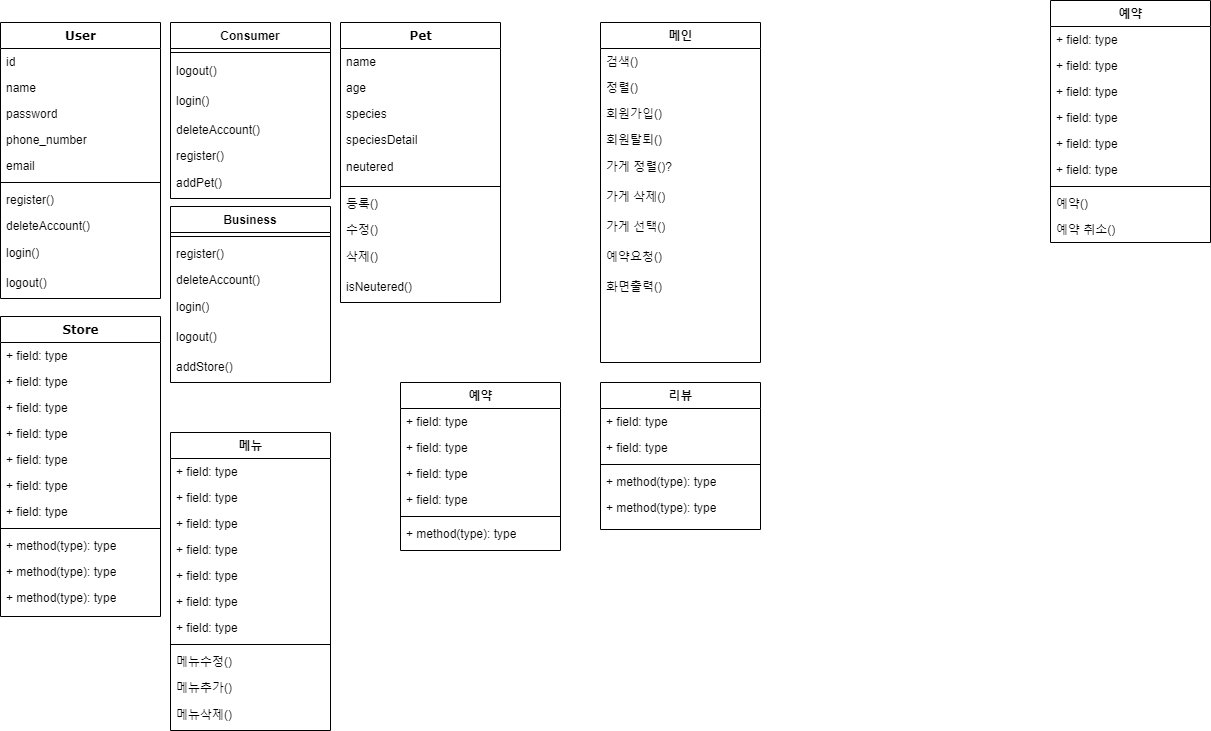
Earlier version of the draw.io export walkwith_class.drawio.png (dkwkckzk/data_test). Source tidied: cells renumbered, new cells last; positions are measured from the earlier drawing's top-left corner, leaving out a move shared by most shapes.
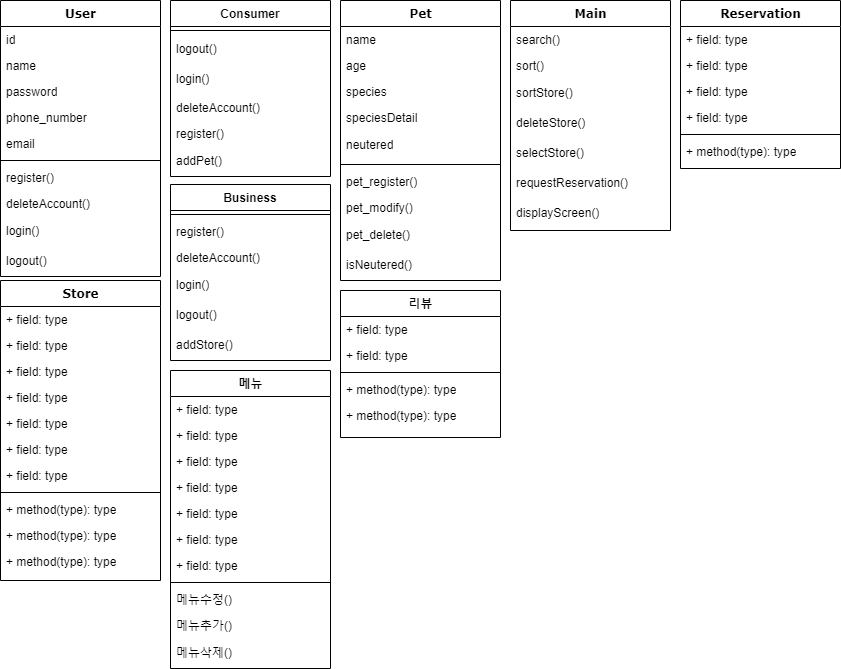
The same file after the commit.

Diff of the diagram source:
```diff
@@ -35,36 +35,6 @@
     <mxCell id="12" value="logout()" style="text;strokeColor=none;fillColor=none;align=left;verticalAlign=middle;spacingLeft=4;spacingRight=4;overflow=hidden;whiteSpace=wrap;html=1;" parent="2" vertex="1">
       <mxGeometry y="246" width="160" height="30" as="geometry" />
     </mxCell>
-    <mxCell id="13" value="예약" style="swimlane;html=1;fontStyle=1;align=center;verticalAlign=top;horizontal=1;startSize=26;swimlaneFillColor=#ffffff;rounded=0;shadow=0;comic=0;labelBackgroundColor=none;strokeWidth=1;fillColor=none;fontFamily=Verdana;fontSize=12;" parent="1" vertex="1">
-      <mxGeometry x="1050" width="160" height="242" as="geometry" />
-    </mxCell>
-    <mxCell id="14" value="+ field: type" style="text;html=1;strokeColor=none;fillColor=none;align=left;verticalAlign=top;spacingLeft=4;spacingRight=4;whiteSpace=wrap;overflow=hidden;" parent="13" vertex="1">
-      <mxGeometry y="26" width="160" height="26" as="geometry" />
-    </mxCell>
-    <mxCell id="15" value="+ field: type" style="text;html=1;strokeColor=none;fillColor=none;align=left;verticalAlign=top;spacingLeft=4;spacingRight=4;whiteSpace=wrap;overflow=hidden;" parent="13" vertex="1">
-      <mxGeometry y="52" width="160" height="26" as="geometry" />
-    </mxCell>
-    <mxCell id="16" value="+ field: type" style="text;html=1;strokeColor=none;fillColor=none;align=left;verticalAlign=top;spacingLeft=4;spacingRight=4;whiteSpace=wrap;overflow=hidden;" parent="13" vertex="1">
-      <mxGeometry y="78" width="160" height="26" as="geometry" />
-    </mxCell>
-    <mxCell id="17" value="+ field: type" style="text;html=1;strokeColor=none;fillColor=none;align=left;verticalAlign=top;spacingLeft=4;spacingRight=4;whiteSpace=wrap;overflow=hidden;" parent="13" vertex="1">
-      <mxGeometry y="104" width="160" height="26" as="geometry" />
-    </mxCell>
-    <mxCell id="18" value="+ field: type" style="text;html=1;strokeColor=none;fillColor=none;align=left;verticalAlign=top;spacingLeft=4;spacingRight=4;whiteSpace=wrap;overflow=hidden;" parent="13" vertex="1">
-      <mxGeometry y="130" width="160" height="26" as="geometry" />
-    </mxCell>
-    <mxCell id="19" value="+ field: type" style="text;html=1;strokeColor=none;fillColor=none;align=left;verticalAlign=top;spacingLeft=4;spacingRight=4;whiteSpace=wrap;overflow=hidden;" parent="13" vertex="1">
-      <mxGeometry y="156" width="160" height="26" as="geometry" />
-    </mxCell>
-    <mxCell id="20" style="line;html=1;strokeWidth=1;fillColor=none;align=left;verticalAlign=middle;spacingTop=-1;spacingLeft=3;spacingRight=3;labelPosition=right;" parent="13" vertex="1">
-      <mxGeometry y="182" width="160" height="8" as="geometry" />
-    </mxCell>
-    <mxCell id="21" value="예약()" style="text;html=1;strokeColor=none;fillColor=none;align=left;verticalAlign=top;spacingLeft=4;spacingRight=4;whiteSpace=wrap;overflow=hidden;" parent="13" vertex="1">
-      <mxGeometry y="190" width="160" height="26" as="geometry" />
-    </mxCell>
-    <mxCell id="22" value="예약 취소()" style="text;html=1;strokeColor=none;fillColor=none;align=left;verticalAlign=top;spacingLeft=4;spacingRight=4;whiteSpace=wrap;overflow=hidden;" parent="13" vertex="1">
-      <mxGeometry y="216" width="160" height="26" as="geometry" />
-    </mxCell>
     <mxCell id="23" value="Pet" style="swimlane;html=1;fontStyle=1;align=center;verticalAlign=top;horizontal=1;startSize=26;swimlaneFillColor=#ffffff;rounded=0;shadow=0;comic=0;labelBackgroundColor=none;strokeWidth=1;fillColor=none;fontFamily=Verdana;fontSize=12;" parent="1" vertex="1">
       <mxGeometry x="340" y="22" width="160" height="280" as="geometry" />
     </mxCell>
@@ -86,20 +56,20 @@
     <mxCell id="29" style="line;html=1;strokeWidth=1;fillColor=none;align=left;verticalAlign=middle;spacingTop=-1;spacingLeft=3;spacingRight=3;labelPosition=right;" parent="23" vertex="1">
       <mxGeometry y="160" width="160" height="8" as="geometry" />
     </mxCell>
-    <mxCell id="30" value="등록()" style="text;html=1;strokeColor=none;fillColor=none;align=left;verticalAlign=top;spacingLeft=4;spacingRight=4;whiteSpace=wrap;overflow=hidden;" parent="23" vertex="1">
+    <mxCell id="30" value="pet_register()" style="text;html=1;strokeColor=none;fillColor=none;align=left;verticalAlign=top;spacingLeft=4;spacingRight=4;whiteSpace=wrap;overflow=hidden;" parent="23" vertex="1">
       <mxGeometry y="168" width="160" height="26" as="geometry" />
     </mxCell>
-    <mxCell id="31" value="수정()" style="text;html=1;strokeColor=none;fillColor=none;align=left;verticalAlign=top;spacingLeft=4;spacingRight=4;whiteSpace=wrap;overflow=hidden;" parent="23" vertex="1">
+    <mxCell id="31" value="pet_modify()" style="text;html=1;strokeColor=none;fillColor=none;align=left;verticalAlign=top;spacingLeft=4;spacingRight=4;whiteSpace=wrap;overflow=hidden;" parent="23" vertex="1">
       <mxGeometry y="194" width="160" height="26" as="geometry" />
     </mxCell>
-    <mxCell id="32" value="삭제()" style="text;strokeColor=none;fillColor=none;align=left;verticalAlign=middle;spacingLeft=4;spacingRight=4;overflow=hidden;whiteSpace=wrap;html=1;" parent="23" vertex="1">
+    <mxCell id="32" value="pet_delete()" style="text;strokeColor=none;fillColor=none;align=left;verticalAlign=middle;spacingLeft=4;spacingRight=4;overflow=hidden;whiteSpace=wrap;html=1;" parent="23" vertex="1">
       <mxGeometry y="220" width="160" height="30" as="geometry" />
     </mxCell>
     <mxCell id="33" value="isNeutered()" style="text;strokeColor=none;fillColor=none;align=left;verticalAlign=middle;spacingLeft=4;spacingRight=4;overflow=hidden;whiteSpace=wrap;html=1;" parent="23" vertex="1">
       <mxGeometry y="250" width="160" height="30" as="geometry" />
     </mxCell>
     <mxCell id="34" value="Store" style="swimlane;html=1;fontStyle=1;align=center;verticalAlign=top;horizontal=1;startSize=26;swimlaneFillColor=#ffffff;rounded=0;shadow=0;comic=0;labelBackgroundColor=none;strokeWidth=1;fillColor=none;fontFamily=Verdana;fontSize=12;" parent="1" vertex="1">
-      <mxGeometry y="316" width="160" height="300" as="geometry" />
+      <mxGeometry y="302" width="160" height="300" as="geometry" />
     </mxCell>
     <mxCell id="35" value="+ field: type" style="text;html=1;strokeColor=none;fillColor=none;align=left;verticalAlign=top;spacingLeft=4;spacingRight=4;whiteSpace=wrap;overflow=hidden;" parent="34" vertex="1">
       <mxGeometry y="26" width="160" height="26" as="geometry" />
@@ -134,38 +104,32 @@
     <mxCell id="45" value="+ method(type): type" style="text;html=1;strokeColor=none;fillColor=none;align=left;verticalAlign=top;spacingLeft=4;spacingRight=4;whiteSpace=wrap;overflow=hidden;" parent="34" vertex="1">
       <mxGeometry y="268" width="160" height="26" as="geometry" />
     </mxCell>
-    <mxCell id="46" value="메인" style="swimlane;html=1;fontStyle=1;align=center;verticalAlign=top;horizontal=1;startSize=26;swimlaneFillColor=#ffffff;rounded=0;shadow=0;comic=0;labelBackgroundColor=none;strokeWidth=1;fillColor=none;fontFamily=Verdana;fontSize=12;" parent="1" vertex="1">
-      <mxGeometry x="600" y="22" width="160" height="340" as="geometry" />
+    <mxCell id="46" value="Main" style="swimlane;html=1;fontStyle=1;align=center;verticalAlign=top;horizontal=1;startSize=26;swimlaneFillColor=#ffffff;rounded=0;shadow=0;comic=0;labelBackgroundColor=none;strokeWidth=1;fillColor=none;fontFamily=Verdana;fontSize=12;" parent="1" vertex="1">
+      <mxGeometry x="510" y="22" width="160" height="230" as="geometry" />
     </mxCell>
-    <mxCell id="47" value="검색()" style="text;html=1;strokeColor=none;fillColor=none;align=left;verticalAlign=top;spacingLeft=4;spacingRight=4;whiteSpace=wrap;overflow=hidden;" parent="46" vertex="1">
+    <mxCell id="47" value="search()" style="text;html=1;strokeColor=none;fillColor=none;align=left;verticalAlign=top;spacingLeft=4;spacingRight=4;whiteSpace=wrap;overflow=hidden;" parent="46" vertex="1">
       <mxGeometry y="26" width="160" height="26" as="geometry" />
     </mxCell>
-    <mxCell id="48" value="정렬()" style="text;html=1;strokeColor=none;fillColor=none;align=left;verticalAlign=top;spacingLeft=4;spacingRight=4;whiteSpace=wrap;overflow=hidden;" parent="46" vertex="1">
+    <mxCell id="48" value="sort()" style="text;html=1;strokeColor=none;fillColor=none;align=left;verticalAlign=top;spacingLeft=4;spacingRight=4;whiteSpace=wrap;overflow=hidden;" parent="46" vertex="1">
       <mxGeometry y="52" width="160" height="26" as="geometry" />
     </mxCell>
-    <mxCell id="49" value="회원가입()" style="text;html=1;strokeColor=none;fillColor=none;align=left;verticalAlign=top;spacingLeft=4;spacingRight=4;whiteSpace=wrap;overflow=hidden;" parent="46" vertex="1">
-      <mxGeometry y="78" width="160" height="26" as="geometry" />
-    </mxCell>
-    <mxCell id="50" value="회원탈퇴()" style="text;html=1;strokeColor=none;fillColor=none;align=left;verticalAlign=top;spacingLeft=4;spacingRight=4;whiteSpace=wrap;overflow=hidden;" parent="46" vertex="1">
-      <mxGeometry y="104" width="160" height="26" as="geometry" />
-    </mxCell>
-    <mxCell id="51" value="가게 정렬()?" style="text;strokeColor=none;fillColor=none;align=left;verticalAlign=middle;spacingLeft=4;spacingRight=4;overflow=hidden;whiteSpace=wrap;html=1;" parent="46" vertex="1">
-      <mxGeometry y="130" width="160" height="30" as="geometry" />
+    <mxCell id="51" value="sortStore()" style="text;strokeColor=none;fillColor=none;align=left;verticalAlign=middle;spacingLeft=4;spacingRight=4;overflow=hidden;whiteSpace=wrap;html=1;" parent="46" vertex="1">
+      <mxGeometry y="78" width="160" height="30" as="geometry" />
     </mxCell>
-    <mxCell id="52" value="가게 삭제()" style="text;strokeColor=none;fillColor=none;align=left;verticalAlign=middle;spacingLeft=4;spacingRight=4;overflow=hidden;whiteSpace=wrap;html=1;" parent="46" vertex="1">
-      <mxGeometry y="160" width="160" height="30" as="geometry" />
+    <mxCell id="52" value="deleteStore()" style="text;strokeColor=none;fillColor=none;align=left;verticalAlign=middle;spacingLeft=4;spacingRight=4;overflow=hidden;whiteSpace=wrap;html=1;" parent="46" vertex="1">
+      <mxGeometry y="108" width="160" height="30" as="geometry" />
     </mxCell>
-    <mxCell id="53" value="가게 선택()" style="text;strokeColor=none;fillColor=none;align=left;verticalAlign=middle;spacingLeft=4;spacingRight=4;overflow=hidden;whiteSpace=wrap;html=1;" parent="46" vertex="1">
-      <mxGeometry y="190" width="160" height="30" as="geometry" />
+    <mxCell id="53" value="selectStore()" style="text;strokeColor=none;fillColor=none;align=left;verticalAlign=middle;spacingLeft=4;spacingRight=4;overflow=hidden;whiteSpace=wrap;html=1;" parent="46" vertex="1">
+      <mxGeometry y="138" width="160" height="30" as="geometry" />
     </mxCell>
-    <mxCell id="54" value="예약요청()" style="text;strokeColor=none;fillColor=none;align=left;verticalAlign=middle;spacingLeft=4;spacingRight=4;overflow=hidden;whiteSpace=wrap;html=1;" parent="46" vertex="1">
-      <mxGeometry y="220" width="160" height="30" as="geometry" />
+    <mxCell id="54" value="requestReservation()" style="text;strokeColor=none;fillColor=none;align=left;verticalAlign=middle;spacingLeft=4;spacingRight=4;overflow=hidden;whiteSpace=wrap;html=1;" parent="46" vertex="1">
+      <mxGeometry y="168" width="160" height="30" as="geometry" />
     </mxCell>
-    <mxCell id="55" value="화면출력()" style="text;strokeColor=none;fillColor=none;align=left;verticalAlign=middle;spacingLeft=4;spacingRight=4;overflow=hidden;whiteSpace=wrap;html=1;" parent="46" vertex="1">
-      <mxGeometry y="250" width="160" height="30" as="geometry" />
+    <mxCell id="55" value="displayScreen()" style="text;strokeColor=none;fillColor=none;align=left;verticalAlign=middle;spacingLeft=4;spacingRight=4;overflow=hidden;whiteSpace=wrap;html=1;" parent="46" vertex="1">
+      <mxGeometry y="198" width="160" height="30" as="geometry" />
     </mxCell>
     <mxCell id="56" value="메뉴" style="swimlane;html=1;fontStyle=1;align=center;verticalAlign=top;horizontal=1;startSize=26;swimlaneFillColor=#ffffff;rounded=0;shadow=0;comic=0;labelBackgroundColor=none;strokeWidth=1;fillColor=none;fontFamily=Verdana;fontSize=12;" parent="1" vertex="1">
-      <mxGeometry x="170" y="432" width="160" height="298" as="geometry" />
+      <mxGeometry x="170" y="392" width="160" height="298" as="geometry" />
     </mxCell>
     <mxCell id="57" value="+ field: type" style="text;html=1;strokeColor=none;fillColor=none;align=left;verticalAlign=top;spacingLeft=4;spacingRight=4;whiteSpace=wrap;overflow=hidden;" parent="56" vertex="1">
       <mxGeometry y="26" width="160" height="26" as="geometry" />
@@ -200,8 +164,8 @@
     <mxCell id="67" value="메뉴삭제()" style="text;strokeColor=none;fillColor=none;align=left;verticalAlign=middle;spacingLeft=4;spacingRight=4;overflow=hidden;whiteSpace=wrap;html=1;" parent="56" vertex="1">
       <mxGeometry y="268" width="160" height="30" as="geometry" />
     </mxCell>
-    <mxCell id="68" value="예약" style="swimlane;html=1;fontStyle=1;align=center;verticalAlign=top;horizontal=1;startSize=26;swimlaneFillColor=#ffffff;rounded=0;shadow=0;comic=0;labelBackgroundColor=none;strokeWidth=1;fillColor=none;fontFamily=Verdana;fontSize=12;" parent="1" vertex="1">
-      <mxGeometry x="400" y="382" width="160" height="168" as="geometry" />
+    <mxCell id="68" value="Reservation" style="swimlane;html=1;fontStyle=1;align=center;verticalAlign=top;horizontal=1;startSize=26;swimlaneFillColor=#ffffff;rounded=0;shadow=0;comic=0;labelBackgroundColor=none;strokeWidth=1;fillColor=none;fontFamily=Verdana;fontSize=12;" parent="1" vertex="1">
+      <mxGeometry x="680" y="22" width="160" height="168" as="geometry" />
     </mxCell>
     <mxCell id="69" value="+ field: type" style="text;html=1;strokeColor=none;fillColor=none;align=left;verticalAlign=top;spacingLeft=4;spacingRight=4;whiteSpace=wrap;overflow=hidden;" parent="68" vertex="1">
       <mxGeometry y="26" width="160" height="26" as="geometry" />
@@ -222,7 +186,7 @@
       <mxGeometry y="138" width="160" height="26" as="geometry" />
     </mxCell>
     <mxCell id="75" value="리뷰" style="swimlane;html=1;fontStyle=1;align=center;verticalAlign=top;horizontal=1;startSize=26;swimlaneFillColor=#ffffff;rounded=0;shadow=0;comic=0;labelBackgroundColor=none;strokeWidth=1;fillColor=none;fontFamily=Verdana;fontSize=12;" parent="1" vertex="1">
-      <mxGeometry x="600" y="382" width="160" height="147" as="geometry" />
+      <mxGeometry x="340" y="312" width="160" height="147" as="geometry" />
     </mxCell>
     <mxCell id="76" value="+ field: type" style="text;html=1;strokeColor=none;fillColor=none;align=left;verticalAlign=top;spacingLeft=4;spacingRight=4;whiteSpace=wrap;overflow=hidden;" parent="75" vertex="1">
       <mxGeometry y="26" width="160" height="26" as="geometry" />
```
